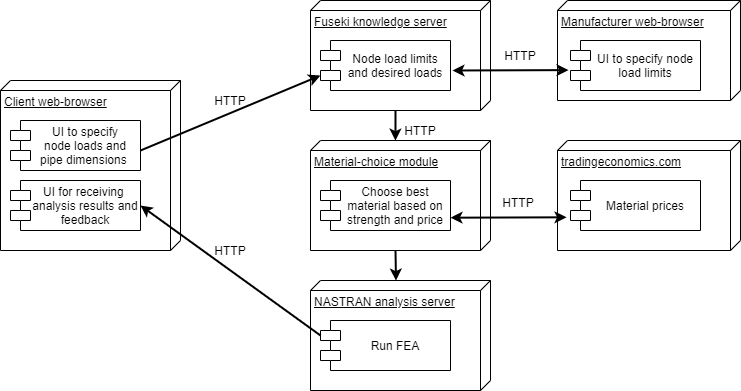
The draw.io diagram Figures/A3/architecture3.png in lerausenco/KBE-Prosjekt, before a commit. Source tidied: cells renumbered, new cells last; positions are measured from the earlier drawing's top-left corner, leaving out a move shared by most shapes.
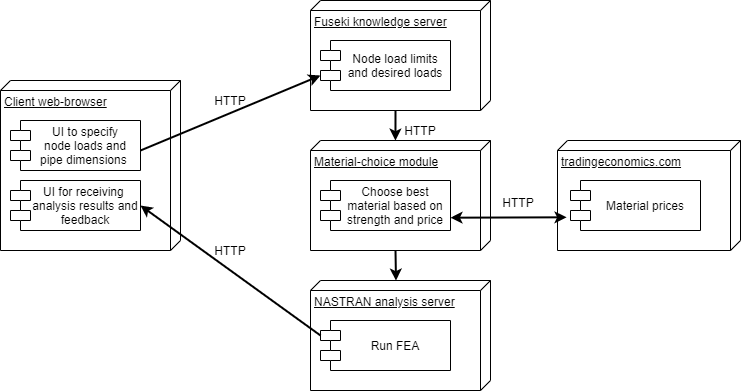
The same file after the commit.

What changed in the source:
```diff
@@ -8,12 +8,6 @@
     <mxCell id="3" value="UI to specify&#10;node loads and&#10;pipe dimensions " style="shape=module;align=left;spacingLeft=20;align=center;verticalAlign=middle;" parent="1" vertex="1">
       <mxGeometry x="10" y="120" width="130" height="50" as="geometry" />
     </mxCell>
-    <mxCell id="4" value="Manufacturer web-browser" style="verticalAlign=top;align=left;spacingTop=8;spacingLeft=2;spacingRight=12;shape=cube;size=10;direction=south;fontStyle=4;html=1;" parent="1" vertex="1">
-      <mxGeometry x="557" width="183" height="100" as="geometry" />
-    </mxCell>
-    <mxCell id="5" value="UI to specify node&#10;load limits" style="shape=module;align=left;spacingLeft=20;align=center;verticalAlign=middle;" parent="1" vertex="1">
-      <mxGeometry x="570" y="40" width="130" height="50" as="geometry" />
-    </mxCell>
     <mxCell id="6" value="Fuseki knowledge server" style="verticalAlign=top;align=left;spacingTop=8;spacingLeft=2;spacingRight=12;shape=cube;size=10;direction=south;fontStyle=4;html=1;" parent="1" vertex="1">
       <mxGeometry x="310" width="180" height="110" as="geometry" />
     </mxCell>
@@ -43,14 +37,6 @@
     <mxCell id="14" value="Node load limits&#10;and desired loads" style="shape=module;align=left;spacingLeft=20;align=center;verticalAlign=middle;" parent="1" vertex="1">
       <mxGeometry x="320" y="40" width="130" height="50" as="geometry" />
     </mxCell>
-    <mxCell id="15" style="endArrow=classic;html=1;strokeWidth=2;startArrow=classic;startFill=1;exitX=-0.015;exitY=0.592;exitDx=0;exitDy=0;exitPerimeter=0;" parent="1" edge="1" source="5">
-      <mxGeometry relative="1" as="geometry">
-        <mxPoint x="452" y="70" as="targetPoint" />
-      </mxGeometry>
-    </mxCell>
-    <mxCell id="16" value="HTTP" style="text;html=1;strokeColor=none;fillColor=none;align=center;verticalAlign=middle;whiteSpace=wrap;rounded=0;" parent="1" vertex="1">
-      <mxGeometry x="500" y="45" width="40" height="20" as="geometry" />
-    </mxCell>
     <mxCell id="17" value="HTTP" style="text;html=1;strokeColor=none;fillColor=none;align=center;verticalAlign=middle;whiteSpace=wrap;rounded=0;" parent="1" vertex="1">
       <mxGeometry x="400" y="120" width="40" height="20" as="geometry" />
     </mxCell>
```
